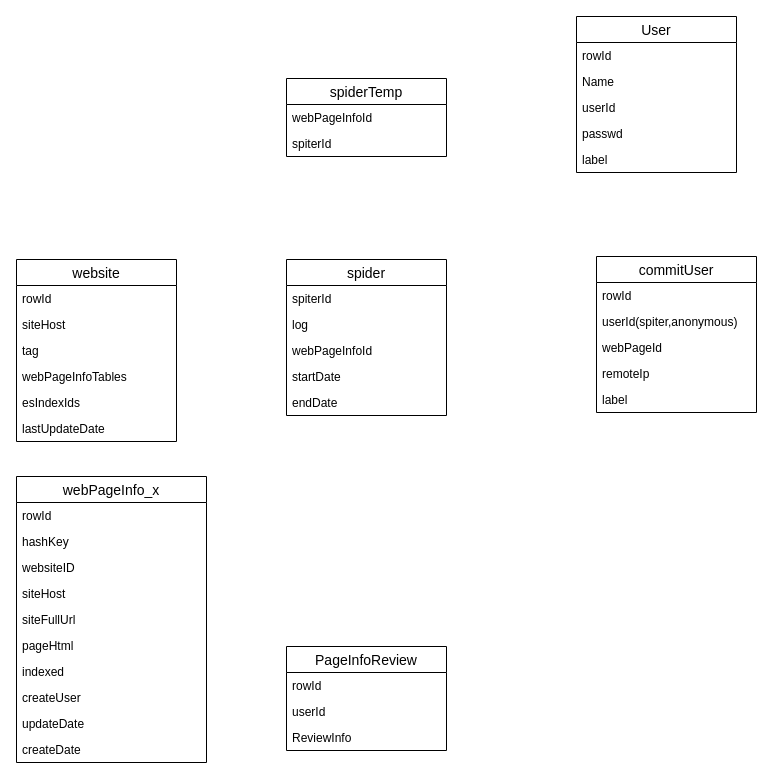
Above: 未命名绘图.drawio in luobintianya/atracker (draw.io), before the change. Source tidied: cells renumbered, new cells numbered last; positions are measured from the earlier drawing's top-left corner, leaving out a move shared by most shapes. Both pictures are drawn from the tidied source at 100%, with x=0, y=0 at pixel (16, 16).
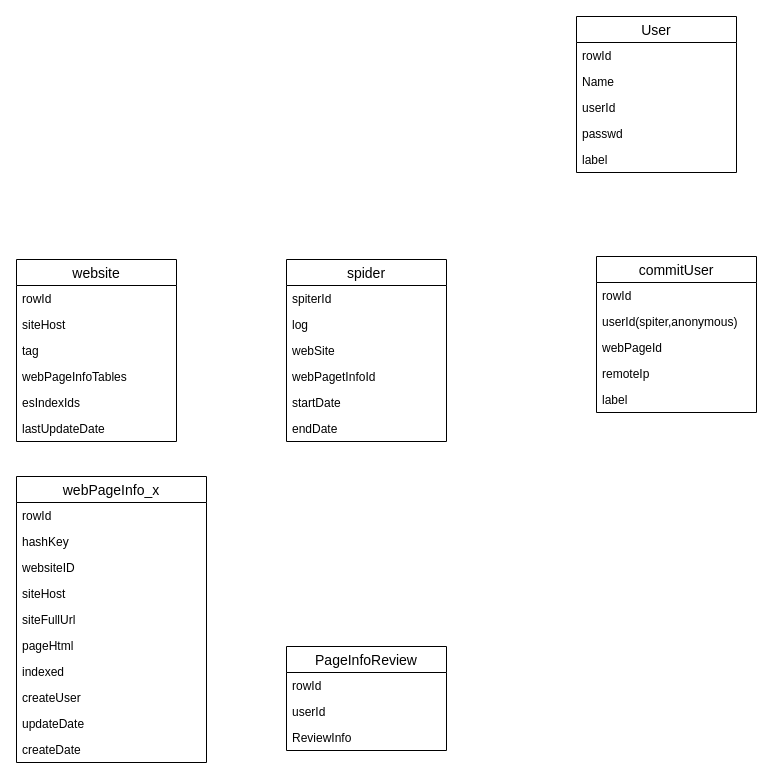
The same diagram, later.

Commit message:
更新未命名绘图.drawio

What changed in the source:
```diff
@@
     <mxCell id="36" value="spider" style="swimlane;fontStyle=0;horizontal=1;startSize=26;align=center;fontSize=14;" parent="1" vertex="1">
-      <mxGeometry x="270" y="243" width="160" height="156" as="geometry" />
+      <mxGeometry x="270" y="243" width="160" height="182" as="geometry" />
     </mxCell>
@@
-    <mxCell id="39" value="webPageInfoId" style="text;strokeColor=none;fillColor=none;spacingLeft=4;spacingRight=4;overflow=hidden;fontSize=12;" parent="36" vertex="1">
+    <mxCell id="39" value="webSite&#10;" style="text;strokeColor=none;fillColor=none;spacingLeft=4;spacingRight=4;overflow=hidden;fontSize=12;" parent="36" vertex="1">
       <mxGeometry y="78" width="160" height="26" as="geometry" />
     </mxCell>
+    <mxCell id="45" value="webPagetInfoId" style="text;strokeColor=none;fillColor=none;spacingLeft=4;spacingRight=4;overflow=hidden;fontSize=12;" parent="36" vertex="1">
+      <mxGeometry y="104" width="160" height="26" as="geometry" />
+    </mxCell>
     <mxCell id="40" value="startDate" style="text;strokeColor=none;fillColor=none;spacingLeft=4;spacingRight=4;overflow=hidden;fontSize=12;" parent="36" vertex="1">
-      <mxGeometry y="104" width="160" height="26" as="geometry" />
+      <mxGeometry y="130" width="160" height="26" as="geometry" />
     </mxCell>
     <mxCell id="41" value="endDate" style="text;strokeColor=none;fillColor=none;spacingLeft=4;spacingRight=4;overflow=hidden;fontSize=12;" parent="36" vertex="1">
-      <mxGeometry y="130" width="160" height="26" as="geometry" />
+      <mxGeometry y="156" width="160" height="26" as="geometry" />
     </mxCell>
-    <mxCell id="42" value="spiderTemp" style="swimlane;fontStyle=0;horizontal=1;startSize=26;align=center;fontSize=14;" parent="1" vertex="1">
-      <mxGeometry x="270" y="62" width="160" height="78" as="geometry" />
-    </mxCell>
-    <mxCell id="43" value="webPageInfoId" style="text;strokeColor=none;fillColor=none;spacingLeft=4;spacingRight=4;overflow=hidden;fontSize=12;" parent="42" vertex="1">
-      <mxGeometry y="26" width="160" height="26" as="geometry" />
-    </mxCell>
-    <mxCell id="44" value="spiterId" style="text;strokeColor=none;fillColor=none;spacingLeft=4;spacingRight=4;overflow=hidden;fontSize=12;" parent="42" vertex="1">
-      <mxGeometry y="52" width="160" height="26" as="geometry" />
-    </mxCell>
```
